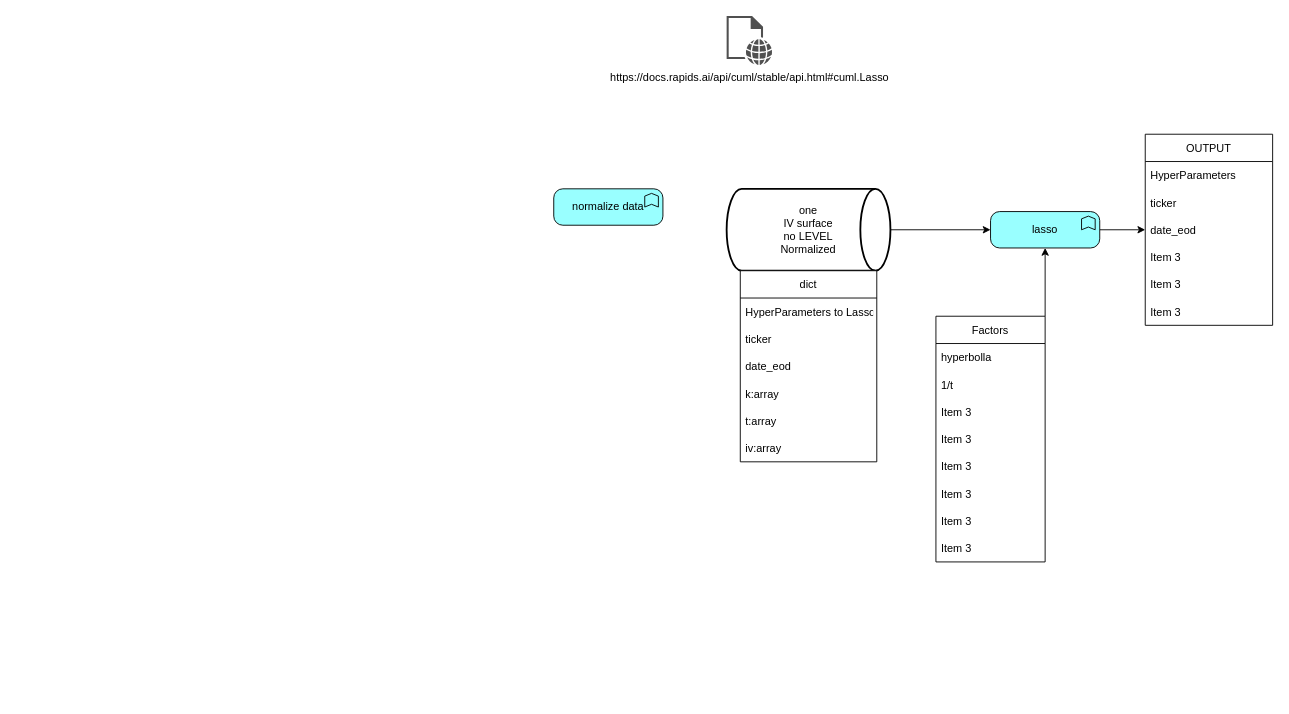
IDontReallyCode/IDontReallyCode keeps this draw.io diagram as IV_factors.drawio. Above is the earlier version. Source tidied: cells renumbered, new cells numbered last; positions are measured from the earlier drawing's top-left corner, leaving out a move shared by most shapes. Both pictures are drawn from the tidied source at 91%, with x=0, y=0 at pixel (553, 15).
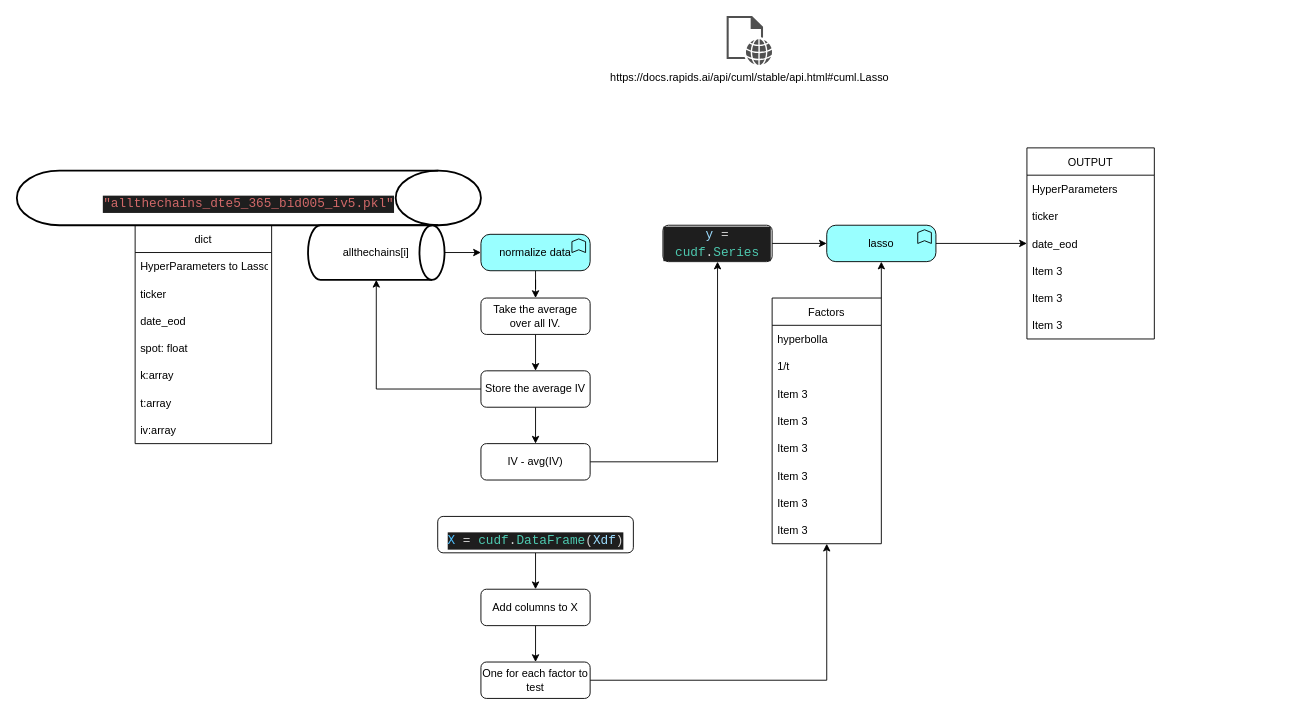
The same diagram, later.

Change to the diagram source:
```diff
@@
     <mxCell id="3" value="lasso" style="html=1;outlineConnect=0;whiteSpace=wrap;fillColor=#99ffff;shape=mxgraph.archimate3.application;appType=func;archiType=rounded;" parent="1" vertex="1">
-      <mxGeometry x="480" y="215" width="120" height="40" as="geometry" />
+      <mxGeometry x="300" y="230" width="120" height="40" as="geometry" />
     </mxCell>
@@
     <mxCell id="5" value="Factors" style="swimlane;fontStyle=0;horizontal=1;startSize=30;" parent="1" vertex="1">
-      <mxGeometry x="420" y="330" width="120" height="270" as="geometry" />
+      <mxGeometry x="240" y="310" width="120" height="270" as="geometry" />
     </mxCell>
@@
-    <mxCell id="14" style="edgeStyle=orthogonalEdgeStyle;rounded=0;jettySize=auto;html=1;" parent="1" edge="1" source="15" target="3">
+    <mxCell id="14" style="edgeStyle=orthogonalEdgeStyle;rounded=0;jettySize=auto;html=1;exitX=1;exitY=0.5;exitDx=0;exitDy=0;" parent="1" edge="1" source="44" target="3">
       <mxGeometry relative="1" as="geometry" />
     </mxCell>
-    <mxCell id="15" value="&lt;div&gt;one&lt;/div&gt;&lt;div&gt;IV surface&lt;br&gt;&lt;/div&gt;&lt;div&gt;no LEVEL&lt;/div&gt;&lt;div&gt;Normalized&lt;br&gt;&lt;/div&gt;" style="strokeWidth=2;html=1;shape=mxgraph.flowchart.direct_data;whiteSpace=wrap;" parent="1" vertex="1">
-      <mxGeometry x="190" y="190" width="180" height="90" as="geometry" />
-    </mxCell>
     <mxCell id="16" value="OUTPUT" style="swimlane;fontStyle=0;horizontal=1;startSize=30;" parent="1" vertex="1">
-      <mxGeometry x="650" y="130" width="140" height="210" as="geometry" />
+      <mxGeometry x="520" y="145" width="140" height="210" as="geometry" />
     </mxCell>
@@
     <mxCell id="23" value="dict" style="swimlane;fontStyle=0;horizontal=1;startSize=30;" parent="1" vertex="1">
-      <mxGeometry x="205" y="280" width="150" height="210" as="geometry" />
+      <mxGeometry x="-460" y="230" width="150" height="240" as="geometry" />
     </mxCell>
@@
+    <mxCell id="32" value="spot: float" style="text;strokeColor=none;fillColor=none;align=left;verticalAlign=middle;spacingLeft=4;spacingRight=4;overflow=hidden;" parent="23" vertex="1">
+      <mxGeometry y="120" width="150" height="30" as="geometry" />
+    </mxCell>
     <mxCell id="27" value="k:array" style="text;strokeColor=none;fillColor=none;align=left;verticalAlign=middle;spacingLeft=4;spacingRight=4;overflow=hidden;" parent="23" vertex="1">
-      <mxGeometry y="120" width="150" height="30" as="geometry" />
+      <mxGeometry y="150" width="150" height="30" as="geometry" />
     </mxCell>
     <mxCell id="28" value="t:array" style="text;strokeColor=none;fillColor=none;align=left;verticalAlign=middle;spacingLeft=4;spacingRight=4;overflow=hidden;" parent="23" vertex="1">
-      <mxGeometry y="150" width="150" height="30" as="geometry" />
+      <mxGeometry y="180" width="150" height="30" as="geometry" />
     </mxCell>
     <mxCell id="29" value="iv:array" style="text;strokeColor=none;fillColor=none;align=left;verticalAlign=middle;spacingLeft=4;spacingRight=4;overflow=hidden;" parent="23" vertex="1">
-      <mxGeometry y="180" width="150" height="30" as="geometry" />
+      <mxGeometry y="210" width="150" height="30" as="geometry" />
     </mxCell>
+    <mxCell id="33" style="edgeStyle=orthogonalEdgeStyle;rounded=0;jettySize=auto;html=1;" parent="1" edge="1" source="30" target="38">
+      <mxGeometry relative="1" as="geometry" />
+    </mxCell>
     <mxCell id="30" value="normalize data" style="html=1;outlineConnect=0;whiteSpace=wrap;fillColor=#99ffff;shape=mxgraph.archimate3.application;appType=func;archiType=rounded;" parent="1" vertex="1">
-      <mxGeometry y="190" width="120" height="40" as="geometry" />
+      <mxGeometry x="-80" y="240" width="120" height="40" as="geometry" />
     </mxCell>
@@
+    <mxCell id="34" value="&lt;br&gt;&lt;div style=&quot;color: rgb(212, 212, 212); background-color: rgb(30, 30, 30); font-family: Consolas, &amp;quot;Courier New&amp;quot;, monospace; font-weight: normal; font-size: 14px; line-height: 19px;&quot;&gt;&lt;div&gt;&lt;span style=&quot;color: #d16969;&quot;&gt;&quot;allthechains_dte5_365_bid005_iv5.pkl&quot;&lt;/span&gt;&lt;/div&gt;&lt;/div&gt;" style="strokeWidth=2;html=1;shape=mxgraph.flowchart.direct_data;whiteSpace=wrap;" parent="1" vertex="1">
+      <mxGeometry x="-590" y="170" width="510" height="60" as="geometry" />
+    </mxCell>
+    <mxCell id="35" style="edgeStyle=orthogonalEdgeStyle;rounded=0;jettySize=auto;html=1;" parent="1" edge="1" source="36" target="30">
+      <mxGeometry relative="1" as="geometry" />
+    </mxCell>
+    <mxCell id="36" value="allthechains[i]" style="strokeWidth=2;html=1;shape=mxgraph.flowchart.direct_data;whiteSpace=wrap;" parent="1" vertex="1">
+      <mxGeometry x="-270" y="230" width="150" height="60" as="geometry" />
+    </mxCell>
+    <mxCell id="37" style="edgeStyle=orthogonalEdgeStyle;rounded=0;jettySize=auto;html=1;" parent="1" edge="1" source="38" target="41">
+      <mxGeometry relative="1" as="geometry" />
+    </mxCell>
+    <mxCell id="38" value="&lt;div&gt;Take the average over all IV.&lt;/div&gt;" style="rounded=1;whiteSpace=wrap;html=1;" parent="1" vertex="1">
+      <mxGeometry x="-80" y="310" width="120" height="40" as="geometry" />
+    </mxCell>
+    <mxCell id="39" style="edgeStyle=orthogonalEdgeStyle;rounded=0;jettySize=auto;html=1;exitX=0;exitY=0.5;exitDx=0;exitDy=0;entryX=0.5;entryY=1;entryDx=0;entryDy=0;entryPerimeter=0;" parent="1" edge="1" source="41" target="36">
+      <mxGeometry relative="1" as="geometry" />
+    </mxCell>
+    <mxCell id="40" style="edgeStyle=orthogonalEdgeStyle;rounded=0;jettySize=auto;html=1;" parent="1" edge="1" source="41" target="43">
+      <mxGeometry relative="1" as="geometry" />
+    </mxCell>
+    <mxCell id="41" value="Store the average IV" style="rounded=1;whiteSpace=wrap;html=1;" parent="1" vertex="1">
+      <mxGeometry x="-80" y="390" width="120" height="40" as="geometry" />
+    </mxCell>
+    <mxCell id="42" style="edgeStyle=orthogonalEdgeStyle;rounded=0;jettySize=auto;html=1;" parent="1" edge="1" source="43" target="44">
+      <mxGeometry relative="1" as="geometry" />
+    </mxCell>
+    <mxCell id="43" value="IV - avg(IV)" style="rounded=1;whiteSpace=wrap;html=1;" parent="1" vertex="1">
+      <mxGeometry x="-80" y="470" width="120" height="40" as="geometry" />
+    </mxCell>
+    <mxCell id="44" value="&lt;div style=&quot;color: rgb(212, 212, 212); background-color: rgb(30, 30, 30); font-family: Consolas, &amp;quot;Courier New&amp;quot;, monospace; font-weight: normal; font-size: 14px; line-height: 19px;&quot;&gt;&lt;div&gt;&lt;span style=&quot;color: #9cdcfe;&quot;&gt;y&lt;/span&gt;&lt;span style=&quot;color: #d4d4d4;&quot;&gt; = &lt;/span&gt;&lt;span style=&quot;color: #4ec9b0;&quot;&gt;cudf&lt;/span&gt;&lt;span style=&quot;color: #d4d4d4;&quot;&gt;.&lt;/span&gt;&lt;span style=&quot;color: #4ec9b0;&quot;&gt;Series&lt;/span&gt;&lt;/div&gt;&lt;/div&gt;" style="rounded=1;whiteSpace=wrap;html=1;" parent="1" vertex="1">
+      <mxGeometry x="120" y="230" width="120" height="40" as="geometry" />
+    </mxCell>
+    <mxCell id="45" style="edgeStyle=orthogonalEdgeStyle;rounded=0;jettySize=auto;html=1;exitX=0.5;exitY=1;exitDx=0;exitDy=0;entryX=0.5;entryY=0;entryDx=0;entryDy=0;" parent="1" edge="1" source="46" target="48">
+      <mxGeometry relative="1" as="geometry" />
+    </mxCell>
+    <mxCell id="46" value="&lt;br&gt;&lt;div style=&quot;color: rgb(212, 212, 212); background-color: rgb(30, 30, 30); font-family: Consolas, &amp;quot;Courier New&amp;quot;, monospace; font-weight: normal; font-size: 14px; line-height: 19px;&quot;&gt;&lt;div&gt;&lt;span style=&quot;color: #4fc1ff;&quot;&gt;X&lt;/span&gt;&lt;span style=&quot;color: #d4d4d4;&quot;&gt; = &lt;/span&gt;&lt;span style=&quot;color: #4ec9b0;&quot;&gt;cudf&lt;/span&gt;&lt;span style=&quot;color: #d4d4d4;&quot;&gt;.&lt;/span&gt;&lt;span style=&quot;color: #4ec9b0;&quot;&gt;DataFrame&lt;/span&gt;&lt;span style=&quot;color: #d4d4d4;&quot;&gt;(&lt;/span&gt;&lt;span style=&quot;color: #9cdcfe;&quot;&gt;Xdf&lt;/span&gt;&lt;span style=&quot;color: #d4d4d4;&quot;&gt;)&lt;/span&gt;&lt;/div&gt;&lt;/div&gt;" style="rounded=1;whiteSpace=wrap;html=1;" parent="1" vertex="1">
+      <mxGeometry x="-127.5" y="550" width="215" height="40" as="geometry" />
+    </mxCell>
+    <mxCell id="47" style="edgeStyle=orthogonalEdgeStyle;rounded=0;jettySize=auto;html=1;exitX=0.5;exitY=1;exitDx=0;exitDy=0;entryX=0.5;entryY=0;entryDx=0;entryDy=0;" parent="1" edge="1" source="48" target="50">
+      <mxGeometry relative="1" as="geometry" />
+    </mxCell>
+    <mxCell id="48" value="Add columns to X" style="rounded=1;whiteSpace=wrap;html=1;" parent="1" vertex="1">
+      <mxGeometry x="-80" y="630" width="120" height="40" as="geometry" />
+    </mxCell>
+    <mxCell id="49" style="edgeStyle=orthogonalEdgeStyle;rounded=0;jettySize=auto;html=1;exitX=1;exitY=0.5;exitDx=0;exitDy=0;entryX=0.5;entryY=1;entryDx=0;entryDy=0;" parent="1" edge="1" source="50" target="5">
+      <mxGeometry relative="1" as="geometry" />
+    </mxCell>
+    <mxCell id="50" value="One for each factor to test" style="rounded=1;whiteSpace=wrap;html=1;" parent="1" vertex="1">
+      <mxGeometry x="-80" y="710" width="120" height="40" as="geometry" />
+    </mxCell>
```
